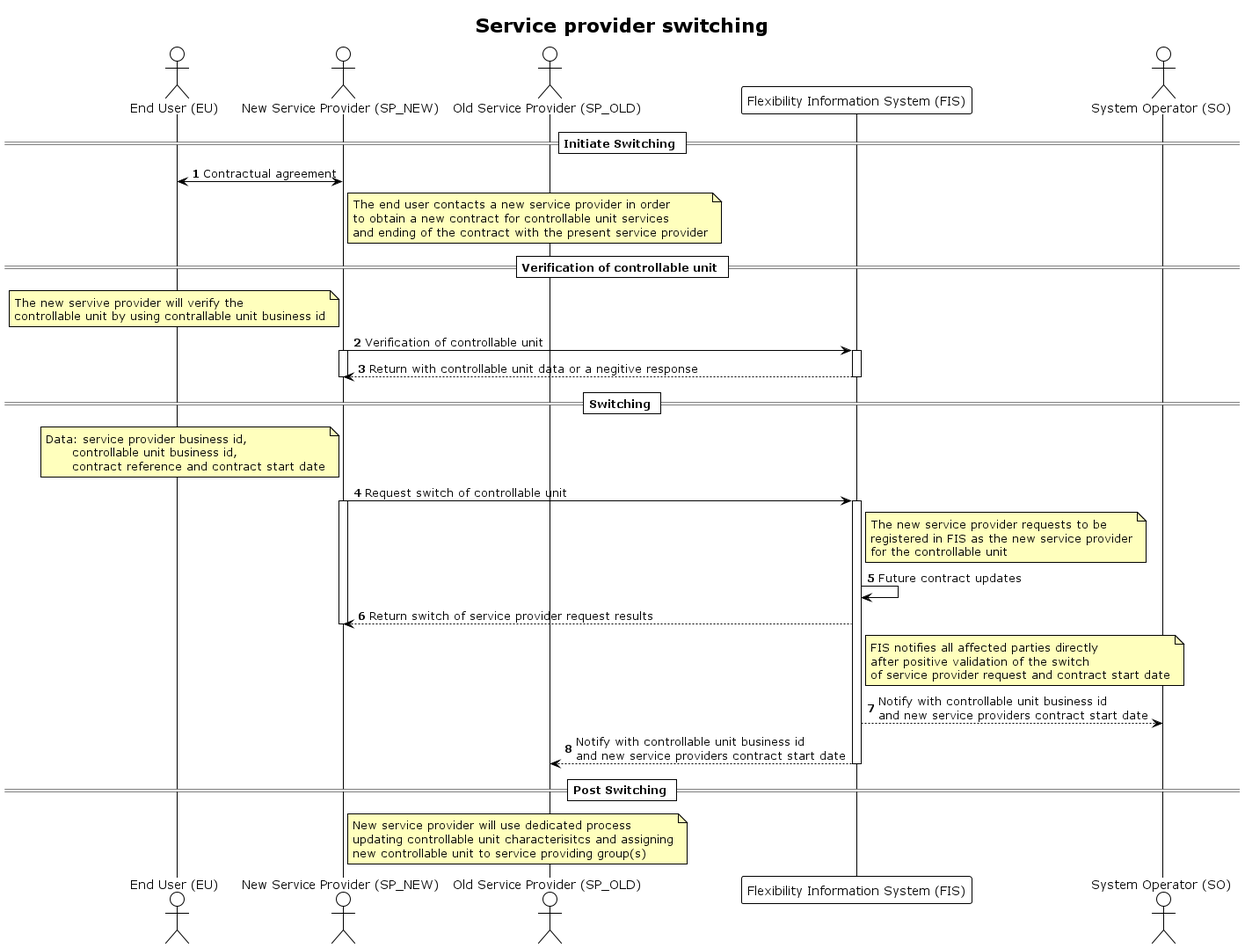
The PlantUML diagram docs/diagrams/service_provider_switching.png in elhub/flex-information-system, before a commit.
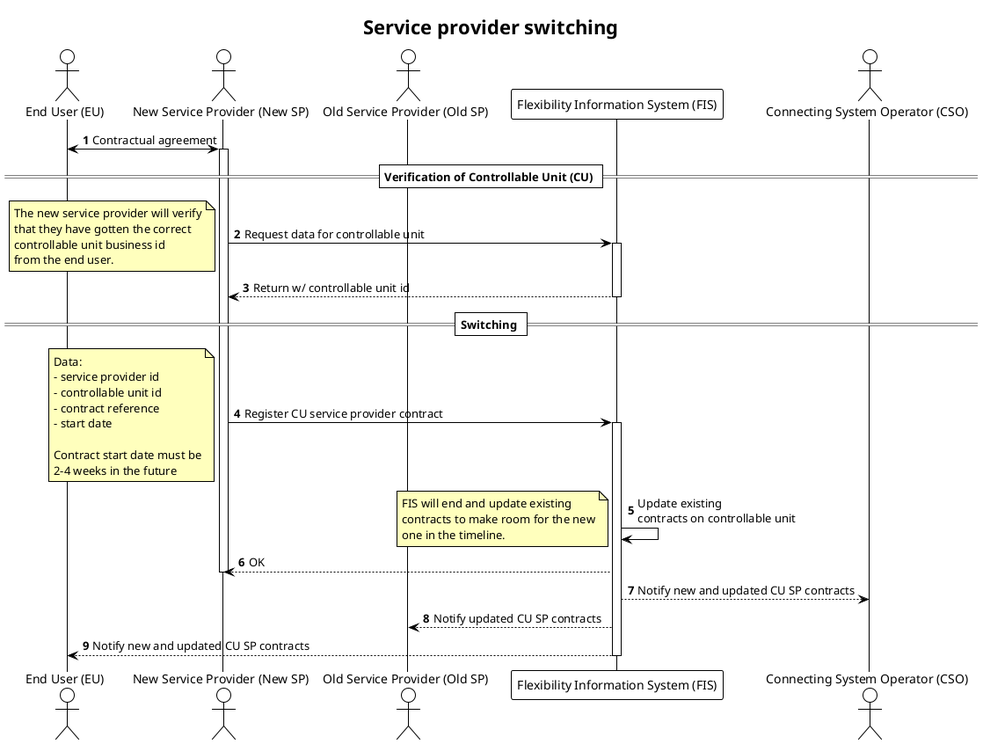
Later version of the same file.

Commit message:
docs: format cleanup and simplification of service provider switching (FLEX-281)

The edit, as a diff of the source:
```diff
@@ -9,67 +9,58 @@
 }
 
 actor "End User (EU)" AS EU
-actor "New Service Provider (SP_NEW)" as SP_NEW
-actor "Old Service Provider (SP_OLD)" as SP_OLD
+actor "New Service Provider (New SP)" as SP_NEW
+actor "Old Service Provider (Old SP)" as SP_OLD
 participant "Flexibility Information System (FIS)" as FIS
-actor "System Operator (SO)" as SO
-
-== Initiate Switching ==
+actor "Connecting System Operator (CSO)" as CSO
 
 EU <-> SP_NEW: Contractual agreement
-Note right SP_NEW
-    The end user contacts a new service provider in order
-    to obtain a new contract for controllable unit services
-    and ending of the contract with the present service provider
+activate SP_NEW
+
+== Verification of Controllable Unit (CU) ==
+
+
+SP_NEW -> FIS: Request data for controllable unit
+note left
+    The new service provider will verify
+    that they have gotten the correct
+    controllable unit business id
+    from the end user.
 end note
-== Verification of controllable unit ==
+activate FIS
+FIS --> SP_NEW: Return w/ controllable unit id
+deactivate FIS
 
-Note left SP_NEW
-    The new servive provider will verify the
-    controllable unit by using contrallable unit business id
+== Switching ==
+
+SP_NEW -> FIS: Register CU service provider contract
+note left
+    Data:
+    - service provider id
+    - controllable unit id
+    - contract reference
+    - start date
+
+    Contract start date must be
+    2-4 weeks in the future
 end note
 
-SP_NEW -> FIS: Verification of controllable unit
-Activate SP_NEW
-Activate FIS
-FIS --> SP_NEW: Return with controllable unit data or a negitive response
-deactivate SP_NEW
-deactivate FIS
-== Switching ==
+activate FIS
 
-Note left SP_NEW
-    Data: service provider business id,
-          controllable unit business id,
-          contract reference and contract start date
+FIS -> FIS: Update existing\ncontracts on controllable unit
+note left
+    FIS will end and update existing
+    contracts to make room for the new
+    one in the timeline.
 end note
 
-SP_NEW -> FIS: Request switch of controllable unit
-Activate SP_NEW
-Activate FIS
-Note right FIS
-    The new service provider requests to be
-    registered in FIS as the new service provider
-    for the controllable unit
-end note
+FIS --> SP_NEW: OK
+deactivate SP_NEW
 
-FIS -> FIS: Future contract updates
-FIS --> SP_NEW: Return switch of service provider request results
-deactivate SP_NEW
-Note right FIS
-    FIS notifies all affected parties directly
-    after positive validation of the switch
-    of service provider request and contract start date
-end note
+FIS --> CSO: Notify new and updated CU SP contracts
+FIS --> SP_OLD: Notify updated CU SP contracts
+FIS --> EU : Notify new and updated CU SP contracts
 
-FIS --> SO: Notify with controllable unit business id \nand new service providers contract start date
-FIS --> SP_OLD: Notify with controllable unit business id \nand new service providers contract start date
 deactivate FIS
 
-== Post Switching ==
-Note right SP_NEW
-    New service provider will use dedicated process
-    updating controllable unit characterisitcs and assigning
-    new controllable unit to service providing group(s)
-end note
-
 @enduml
```
